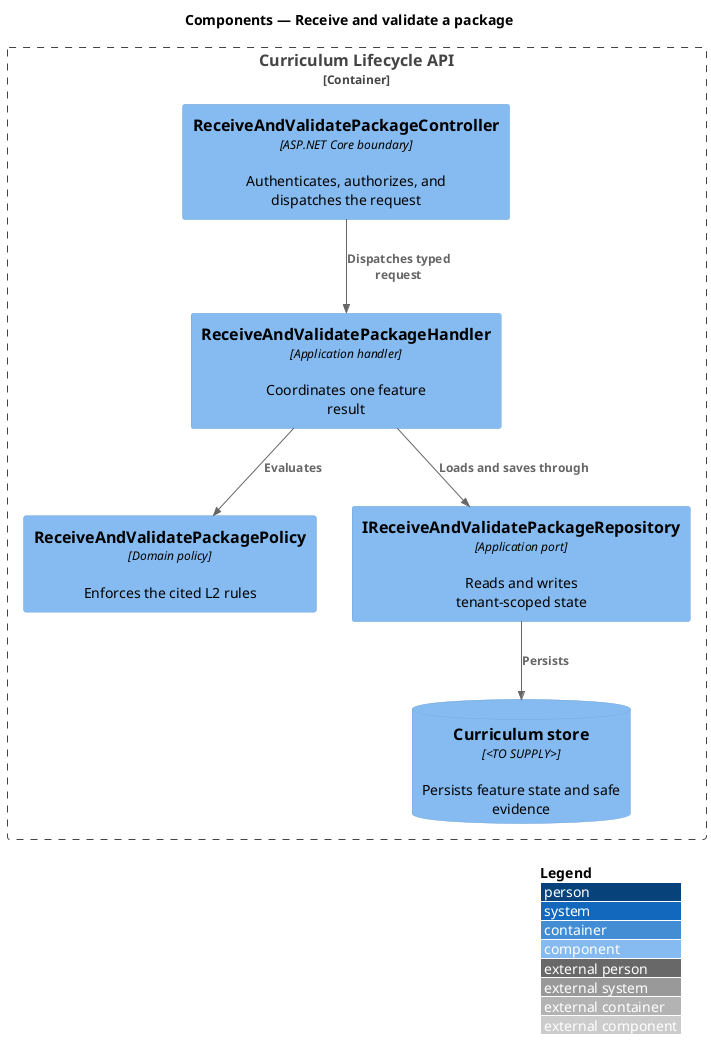
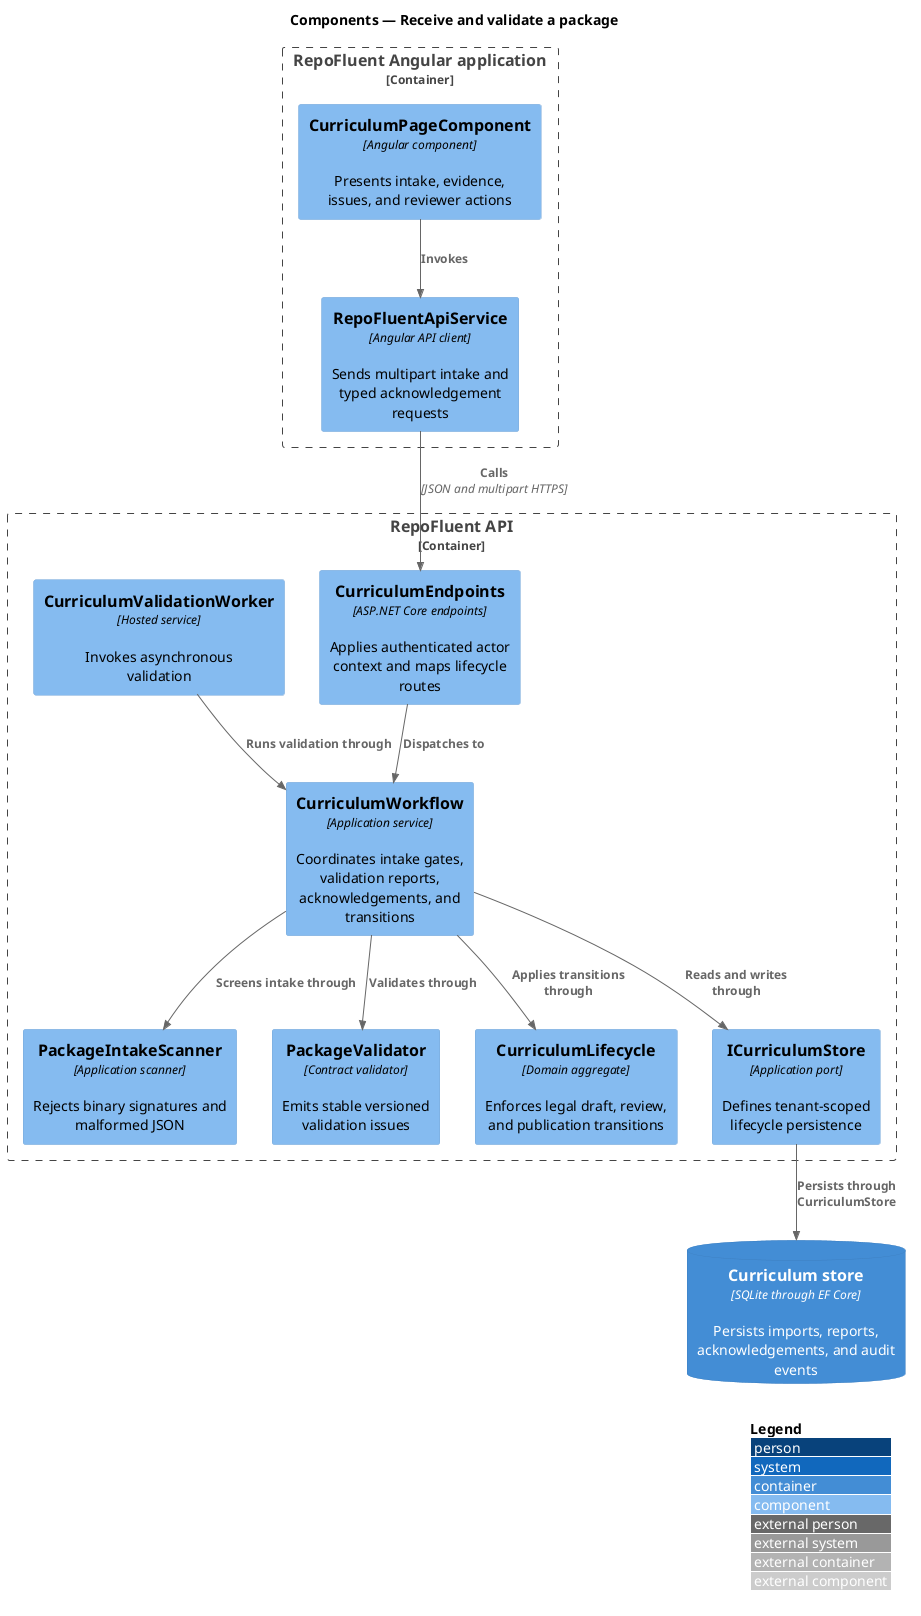
@startuml
!include <C4/C4_Component>
LAYOUT_WITH_LEGEND()
title Components — Receive and validate a package

- Container_Boundary(api, "Curriculum Lifecycle API") {
-   Component(controller, "ReceiveAndValidatePackageController", "ASP.NET Core boundary", "Authenticates, authorizes, and dispatches the request")
-   Component(handler, "ReceiveAndValidatePackageHandler", "Application handler", "Coordinates one feature result")
-   Component(policy, "ReceiveAndValidatePackagePolicy", "Domain policy", "Enforces the cited L2 rules")
-   Component(repository, "IReceiveAndValidatePackageRepository", "Application port", "Reads and writes tenant-scoped state")
-   ComponentDb(store, "Curriculum store", "<TO SUPPLY>", "Persists feature state and safe evidence")
+ Container_Boundary(web, "RepoFluent Angular application") {
+   Component(page, "CurriculumPageComponent", "Angular component", "Presents intake, evidence, issues, and reviewer actions")
+   Component(client, "RepoFluentApiService", "Angular API client", "Sends multipart intake and typed acknowledgement requests")
}

- Rel(controller, handler, "Dispatches typed request")
- Rel(handler, policy, "Evaluates")
- Rel(handler, repository, "Loads and saves through")
- Rel(repository, store, "Persists")
+ Container_Boundary(api, "RepoFluent API") {
+   Component(endpoints, "CurriculumEndpoints", "ASP.NET Core endpoints", "Applies authenticated actor context and maps lifecycle routes")
+   Component(workflow, "CurriculumWorkflow", "Application service", "Coordinates intake gates, validation reports, acknowledgements, and transitions")
+   Component(scanner, "PackageIntakeScanner", "Application scanner", "Rejects binary signatures and malformed JSON")
+   Component(validator, "PackageValidator", "Contract validator", "Emits stable versioned validation issues")
+   Component(lifecycle, "CurriculumLifecycle", "Domain aggregate", "Enforces legal draft, review, and publication transitions")
+   Component(hosted, "CurriculumValidationWorker", "Hosted service", "Invokes asynchronous validation")
+   Component(port, "ICurriculumStore", "Application port", "Defines tenant-scoped lifecycle persistence")
+ }
+ 
+ ContainerDb(store, "Curriculum store", "SQLite through EF Core", "Persists imports, reports, acknowledgements, and audit events")
+ 
+ Rel(page, client, "Invokes")
+ Rel(client, endpoints, "Calls", "JSON and multipart HTTPS")
+ Rel(endpoints, workflow, "Dispatches to")
+ Rel(workflow, scanner, "Screens intake through")
+ Rel(workflow, validator, "Validates through")
+ Rel(workflow, lifecycle, "Applies transitions through")
+ Rel(hosted, workflow, "Runs validation through")
+ Rel(workflow, port, "Reads and writes through")
+ Rel(port, store, "Persists through CurriculumStore")
@enduml
